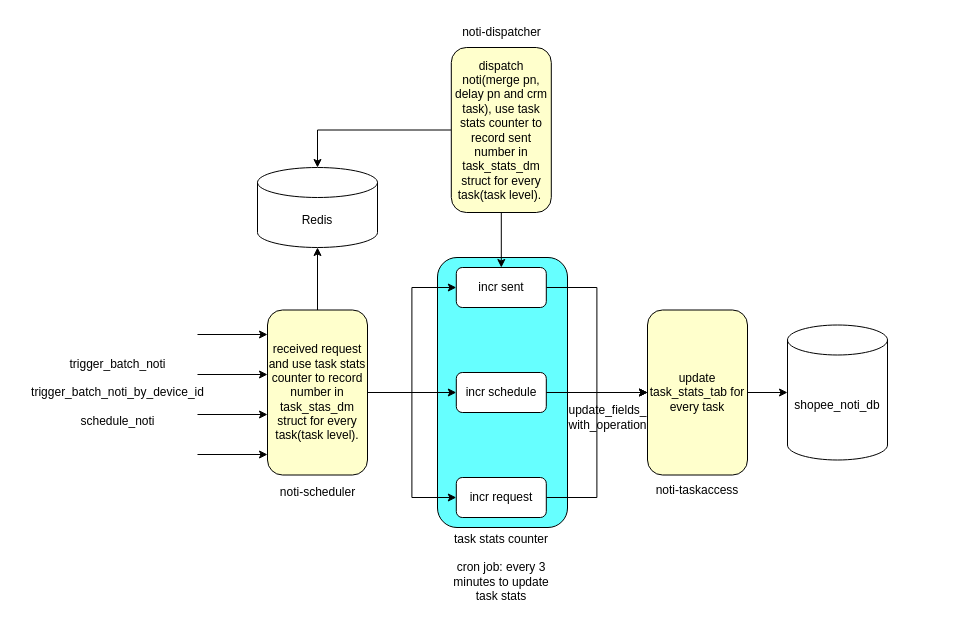
The draw.io diagram task stats work flow.drawio in zzw55486402/20200626, before the edit. Source tidied: cells renumbered, new cells numbered last; positions are measured from the earlier drawing's top-left corner, leaving out a move shared by most shapes. Both pictures are drawn from the tidied source at 100%, with x=0, y=0 at pixel (17, 17).
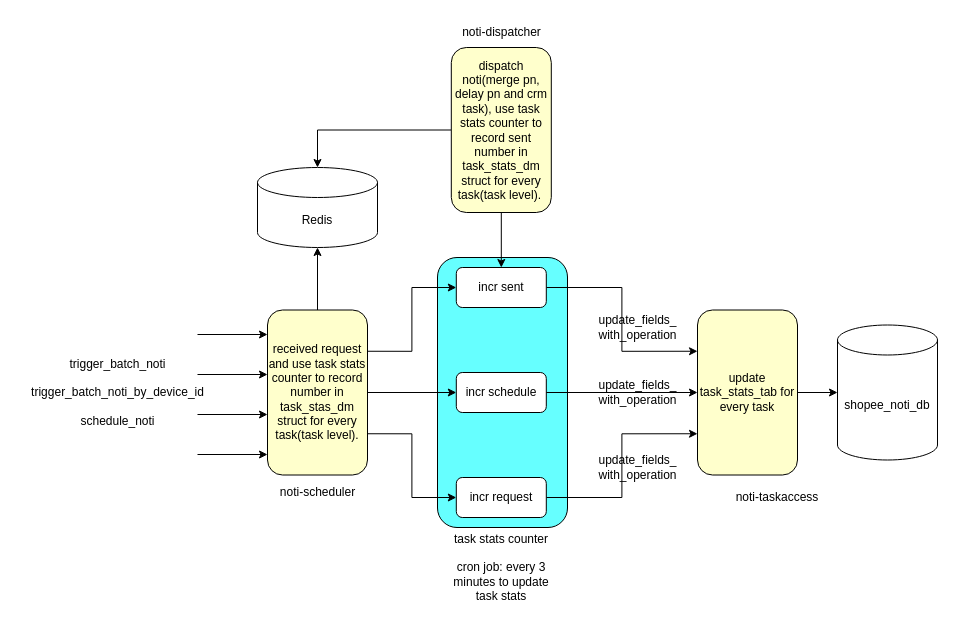
The same page after the edit.

The change refers to these unchanged cells:
```xml
<mxCell id="2" value="received request and use task stats counter to record number in task_stas_dm struct for every task(task level)." style="rounded=1;whiteSpace=wrap;html=1;fillColor=#FFFFCC;" parent="1" vertex="1">
  <mxGeometry x="250" y="292.5" width="100" height="165" as="geometry" />
</mxCell>
<mxCell id="17" value="incr sent" style="rounded=1;whiteSpace=wrap;html=1;" parent="1" vertex="1">
  <mxGeometry x="438.8" y="250" width="90" height="40" as="geometry" />
</mxCell>
<mxCell id="20" value="incr request" style="rounded=1;whiteSpace=wrap;html=1;" parent="1" vertex="1">
  <mxGeometry x="438.8" y="460" width="90" height="40" as="geometry" />
</mxCell>
```

Diff of the diagram source:
```diff
@@
     <mxCell id="5" value="noti-taskaccess" style="text;html=1;strokeColor=none;fillColor=none;align=center;verticalAlign=middle;whiteSpace=wrap;rounded=0;" parent="1" vertex="1">
-      <mxGeometry x="635" y="457.5" width="90" height="30" as="geometry" />
+      <mxGeometry x="715" y="465" width="90" height="30" as="geometry" />
     </mxCell>
     <mxCell id="6" value="shopee_noti_db" style="shape=cylinder3;whiteSpace=wrap;html=1;boundedLbl=1;backgroundOutline=1;size=15;" parent="1" vertex="1">
-      <mxGeometry x="770" y="307.5" width="100" height="135" as="geometry" />
+      <mxGeometry x="820" y="307.5" width="100" height="135" as="geometry" />
     </mxCell>
@@
     <mxCell id="15" value="update_fields_&lt;br&gt;with_operation" style="text;html=1;align=center;verticalAlign=middle;strokeColor=none;fillColor=none;" parent="1" vertex="1">
-      <mxGeometry x="540" y="380" width="100" height="40" as="geometry" />
+      <mxGeometry x="570" y="290" width="100" height="40" as="geometry" />
     </mxCell>
-    <mxCell id="16" style="edgeStyle=orthogonalEdgeStyle;rounded=0;jettySize=auto;html=1;exitX=1;exitY=0.5;exitDx=0;exitDy=0;entryX=0;entryY=0.5;entryDx=0;entryDy=0;" parent="1" edge="1" source="17" target="27">
+    <mxCell id="16" style="edgeStyle=orthogonalEdgeStyle;rounded=0;jettySize=auto;html=1;exitX=1;exitY=0.5;exitDx=0;exitDy=0;entryX=0;entryY=0.25;entryDx=0;entryDy=0;" parent="1" edge="1" source="17" target="27">
       <mxGeometry relative="1" as="geometry" />
     </mxCell>
@@
-    <mxCell id="19" style="edgeStyle=orthogonalEdgeStyle;rounded=0;jettySize=auto;html=1;exitX=1;exitY=0.5;exitDx=0;exitDy=0;entryX=0;entryY=0.5;entryDx=0;entryDy=0;" parent="1" edge="1" source="20" target="27">
+    <mxCell id="19" style="edgeStyle=orthogonalEdgeStyle;rounded=0;jettySize=auto;html=1;exitX=1;exitY=0.5;exitDx=0;exitDy=0;entryX=0;entryY=0.75;entryDx=0;entryDy=0;" parent="1" edge="1" source="20" target="27">
       <mxGeometry relative="1" as="geometry" />
     </mxCell>
@@
     <mxCell id="27" value="update task_stats_tab for every task" style="rounded=1;whiteSpace=wrap;html=1;fillColor=#FFFFCC;" parent="1" vertex="1">
-      <mxGeometry x="630" y="292.5" width="100" height="165" as="geometry" />
+      <mxGeometry x="680" y="292.5" width="100" height="165" as="geometry" />
     </mxCell>
-    <mxCell id="28" style="edgeStyle=orthogonalEdgeStyle;rounded=0;jettySize=auto;html=1;exitX=1;exitY=0.5;exitDx=0;exitDy=0;entryX=0;entryY=0.5;entryDx=0;entryDy=0;" parent="1" edge="1" source="2" target="17">
+    <mxCell id="28" style="edgeStyle=orthogonalEdgeStyle;rounded=0;jettySize=auto;html=1;exitX=1;exitY=0.25;exitDx=0;exitDy=0;entryX=0;entryY=0.5;entryDx=0;entryDy=0;" parent="1" edge="1" source="2" target="17">
       <mxGeometry relative="1" as="geometry" />
     </mxCell>
-    <mxCell id="29" style="edgeStyle=orthogonalEdgeStyle;rounded=0;jettySize=auto;html=1;exitX=1;exitY=0.5;exitDx=0;exitDy=0;entryX=0;entryY=0.5;entryDx=0;entryDy=0;" parent="1" edge="1" source="2" target="20">
+    <mxCell id="29" style="edgeStyle=orthogonalEdgeStyle;rounded=0;jettySize=auto;html=1;exitX=1;exitY=0.75;exitDx=0;exitDy=0;entryX=0;entryY=0.5;entryDx=0;entryDy=0;" parent="1" edge="1" source="2" target="20">
       <mxGeometry relative="1" as="geometry" />
     </mxCell>
@@
+    <mxCell id="31" value="update_fields_&lt;br&gt;with_operation" style="text;html=1;align=center;verticalAlign=middle;strokeColor=none;fillColor=none;" parent="1" vertex="1">
+      <mxGeometry x="570" y="355" width="100" height="40" as="geometry" />
+    </mxCell>
+    <mxCell id="32" value="update_fields_&lt;br&gt;with_operation" style="text;html=1;align=center;verticalAlign=middle;strokeColor=none;fillColor=none;" parent="1" vertex="1">
+      <mxGeometry x="570" y="430" width="100" height="40" as="geometry" />
+    </mxCell>
```
